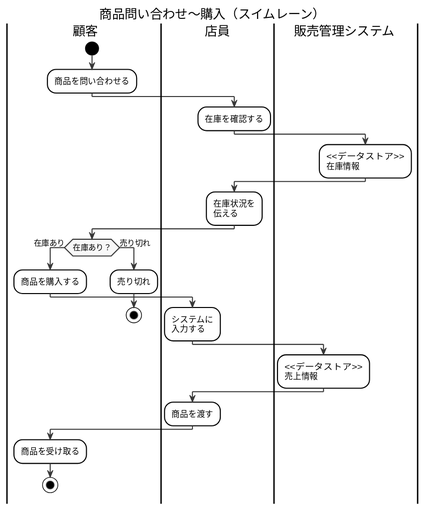
Before: docs/diagrams/activity.svg, a diagram exported from PlantUML (rosehip200/PlauntUML).
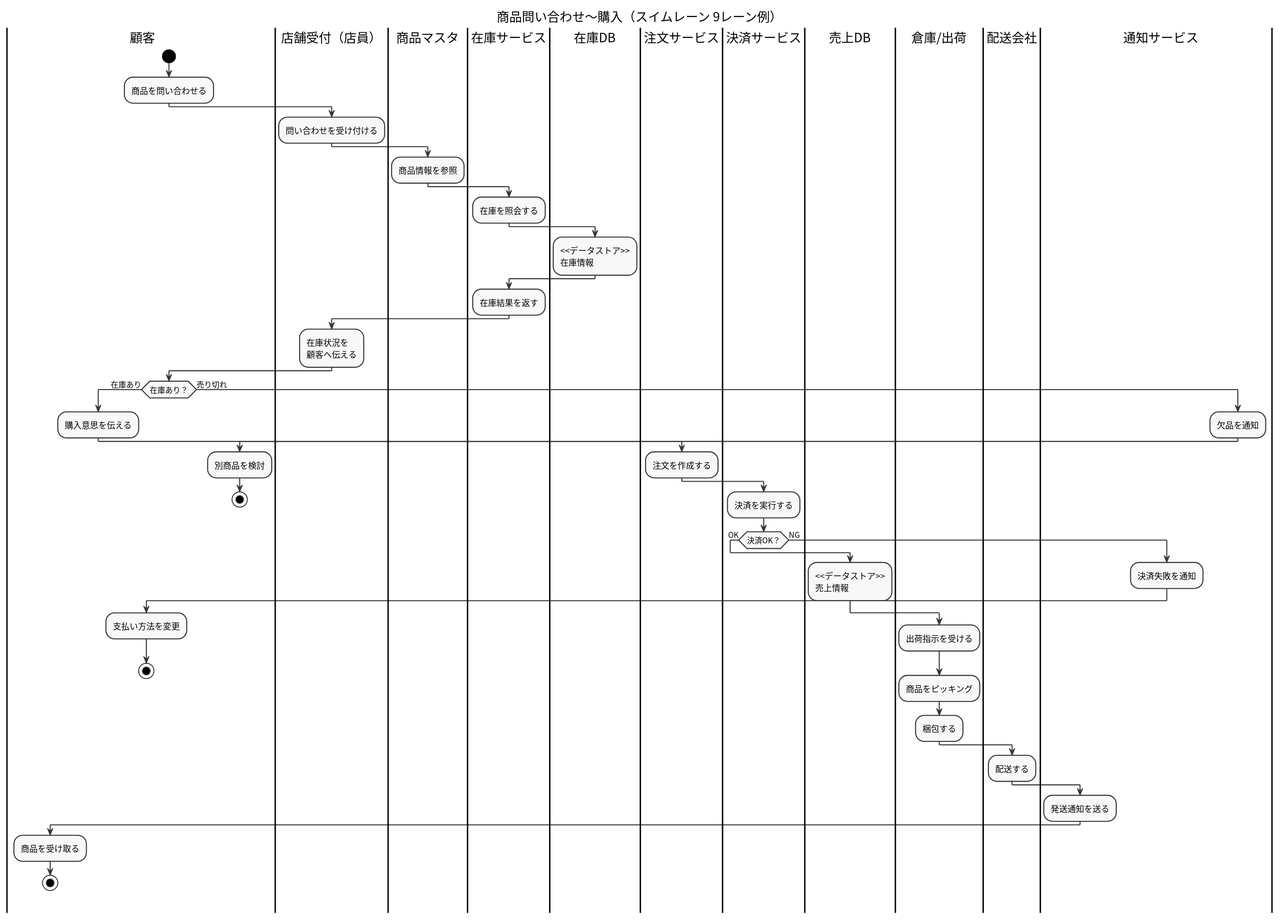
The same diagram one commit later.

Commit message:
Auto-generate SVG diagrams

Diff of the diagram source:
```diff
@@ -1,47 +1,80 @@
 @startuml
-title 商品問い合わせ〜購入（スイムレーン）
+title 商品問い合わせ〜購入（スイムレーン 9レーン例）
 
+skinparam defaultFontName "Noto Sans CJK JP"
+skinparam activityFontName "Noto Sans CJK JP"
+skinparam titleFontName "Noto Sans CJK JP"
 
 skinparam shadowing false
 skinparam monochrome true
-skinparam activity {
-  BackgroundColor white
-  BorderColor black
-  FontColor black
-}
+
 
 |顧客|
 start
 :商品を問い合わせる;
 
-|店員|
-:在庫を確認する;
+|店舗受付（店員）|
+:問い合わせを受け付ける;
 
-|販売管理システム|
+|商品マスタ|
+:商品情報を参照;
+
+|在庫サービス|
+:在庫を照会する;
+
+|在庫DB|
 :<<データストア>>\n在庫情報;
 
-|店員|
-:在庫状況を\n伝える;
+|在庫サービス|
+:在庫結果を返す;
+
+|店舗受付（店員）|
+:在庫状況を\n顧客へ伝える;
 
 |顧客|
 if (在庫あり？) then (在庫あり)
-  :商品を購入する;
+  :購入意思を伝える;
 
-  |店員|
-  :システムに\n入力する;
+  |注文サービス|
+  :注文を作成する;
 
-  |販売管理システム|
-  :<<データストア>>\n売上情報;
+  |決済サービス|
+  :決済を実行する;
 
-  |店員|
-  :商品を渡す;
+  if (決済OK？) then (OK)
+    |売上DB|
+    :<<データストア>>\n売上情報;
+
+    |倉庫/出荷|
+    :出荷指示を受ける;
+    :商品をピッキング;
+    :梱包する;
+
+    |配送会社|
+    :配送する;
+
+    |通知サービス|
+    :発送通知を送る;
+
+    |顧客|
+    :商品を受け取る;
+    stop
+
+  else (NG)
+    |通知サービス|
+    :決済失敗を通知;
+
+    |顧客|
+    :支払い方法を変更;
+    stop
+  endif
+
+else (売り切れ)
+  |通知サービス|
+  :欠品を通知;
 
   |顧客|
-  :商品を受け取る;
-  stop
-
-else (売り切れ)
-  :売り切れ;
+  :別商品を検討;
   stop
 endif
 
```
